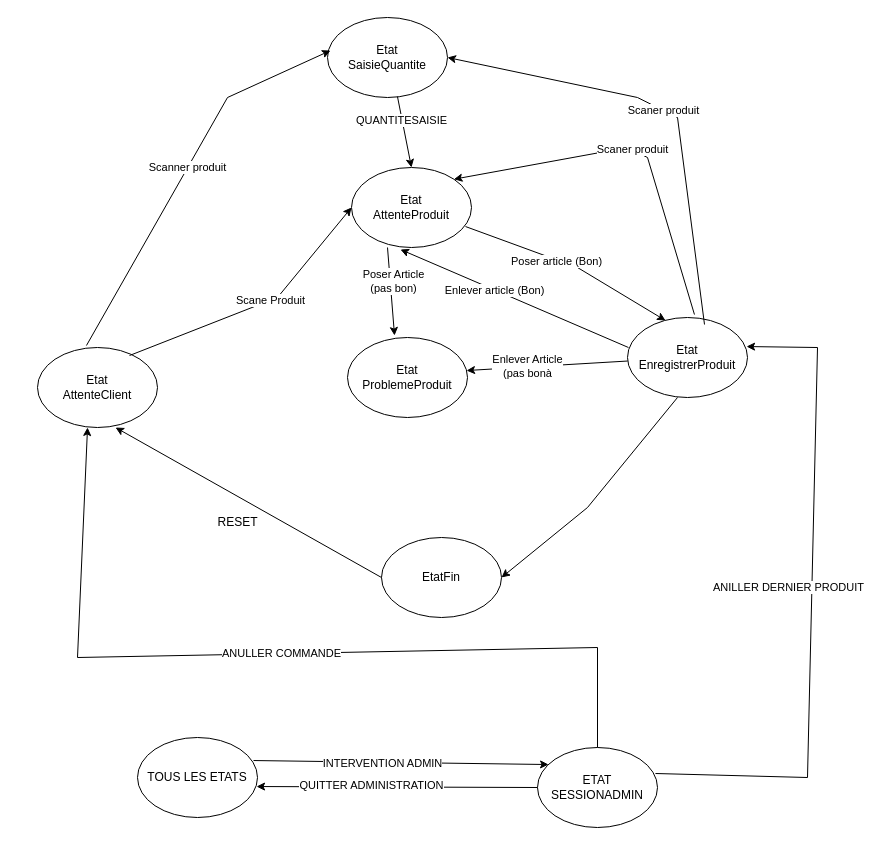
This is Diagramme sans nom.drawio from DamienChabret/Automate_CaisseAutomatique, a draw.io file, before an edit. Source tidied: cells renumbered, new cells numbered last; positions are measured from the earlier drawing's top-left corner, leaving out a move shared by most shapes. Both pictures are drawn from the tidied source at 100%, with x=0, y=0 at pixel (37, 17).
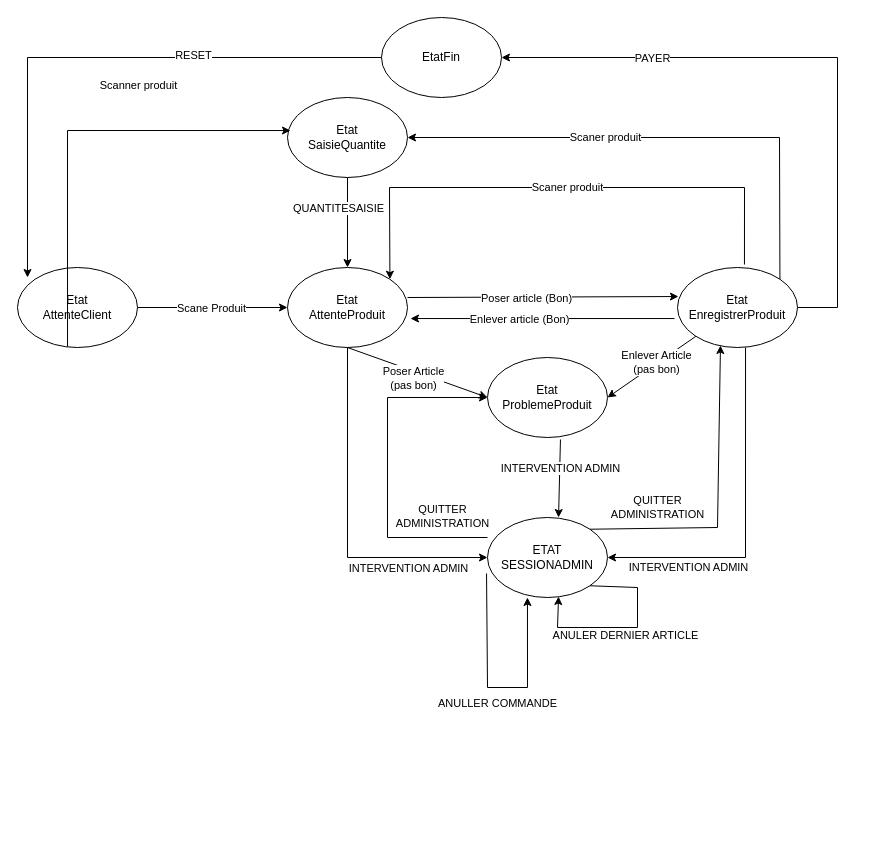
After the change.

Commit message:
Mettre à jour Diagramme sans nom.drawio

What changed in the source:
```diff
@@
     <mxCell id="2" value="Etat&lt;br&gt;AttenteClient" style="ellipse;whiteSpace=wrap;html=1;" parent="1" vertex="1">
-      <mxGeometry y="330" width="120" height="80" as="geometry" />
+      <mxGeometry x="-20" y="250" width="120" height="80" as="geometry" />
     </mxCell>
     <mxCell id="3" value="Etat&lt;br&gt;AttenteProduit" style="ellipse;whiteSpace=wrap;html=1;" parent="1" vertex="1">
-      <mxGeometry x="314" y="150" width="120" height="80" as="geometry" />
+      <mxGeometry x="250" y="250" width="120" height="80" as="geometry" />
     </mxCell>
     <mxCell id="4" value="Etat&lt;br&gt;EnregistrerProduit" style="ellipse;whiteSpace=wrap;html=1;" parent="1" vertex="1">
-      <mxGeometry x="590" y="300" width="120" height="80" as="geometry" />
+      <mxGeometry x="640" y="250" width="120" height="80" as="geometry" />
     </mxCell>
     <mxCell id="5" value="Etat&lt;br&gt;ProblemeProduit" style="ellipse;whiteSpace=wrap;html=1;" parent="1" vertex="1">
-      <mxGeometry x="310" y="320" width="120" height="80" as="geometry" />
+      <mxGeometry x="450" y="340" width="120" height="80" as="geometry" />
     </mxCell>
     <mxCell id="6" value="EtatFin" style="ellipse;whiteSpace=wrap;html=1;" parent="1" vertex="1">
-      <mxGeometry x="344" y="520" width="120" height="80" as="geometry" />
+      <mxGeometry x="344" width="120" height="80" as="geometry" />
     </mxCell>
-    <mxCell id="7" style="endArrow=classic;html=1;rounded=0;exitX=0.767;exitY=0.1;exitDx=0;exitDy=0;exitPerimeter=0;entryX=0;entryY=0.5;entryDx=0;entryDy=0;" parent="1" edge="1" source="2" target="3">
-      <mxGeometry relative="1" as="geometry">
-        <Array as="points">
-          <mxPoint x="240" y="280" />
-        </Array>
-      </mxGeometry>
+    <mxCell id="7" style="endArrow=classic;html=1;rounded=0;exitX=1;exitY=0.5;exitDx=0;exitDy=0;entryX=0;entryY=0.5;entryDx=0;entryDy=0;" parent="1" edge="1" source="2" target="3">
+      <mxGeometry relative="1" as="geometry" />
     </mxCell>
     <mxCell id="8" value="Scane Produit" style="edgeLabel;html=1;align=center;verticalAlign=middle;" parent="7" vertex="1">
-      <mxGeometry x="0.1" relative="1" as="geometry" />
+      <mxGeometry x="0.1" relative="1" as="geometry">
+        <mxPoint x="-10" as="offset" />
+      </mxGeometry>
     </mxCell>
     <mxCell id="9" value="Scaner produit&lt;br&gt;" style="endArrow=classic;html=1;rounded=0;entryX=1;entryY=0;entryDx=0;entryDy=0;exitX=0.558;exitY=-0.037;exitDx=0;exitDy=0;exitPerimeter=0;" parent="1" edge="1" source="4" target="3">
-      <mxGeometry relative="1" as="geometry">
+      <mxGeometry x="-0.03" relative="1" as="geometry">
         <Array as="points">
-          <mxPoint x="610" y="140" />
-          <mxPoint x="590" y="130" />
+          <mxPoint x="707" y="170" />
+          <mxPoint x="352" y="170" />
         </Array>
       </mxGeometry>
     </mxCell>
-    <mxCell id="10" style="endArrow=classic;html=1;rounded=0;exitX=1;exitY=0.5;exitDx=0;exitDy=0;entryX=1;entryY=0.5;entryDx=0;entryDy=0;" parent="1" edge="1" target="6">
+    <mxCell id="10" style="endArrow=classic;html=1;rounded=0;exitX=1;exitY=0.5;exitDx=0;exitDy=0;entryX=1;entryY=0.5;entryDx=0;entryDy=0;" parent="1" edge="1" source="4" target="6">
       <mxGeometry relative="1" as="geometry">
-        <mxPoint x="640" y="380" as="sourcePoint" />
         <Array as="points">
-          <mxPoint x="550" y="490" />
+          <mxPoint x="800" y="290" />
+          <mxPoint x="800" y="40" />
         </Array>
       </mxGeometry>
     </mxCell>
+    <mxCell id="37" value="PAYER" style="edgeLabel;html=1;align=center;verticalAlign=middle;" parent="10" vertex="1">
+      <mxGeometry x="0.22" y="1" relative="1" as="geometry">
+        <mxPoint x="-94" y="-1" as="offset" />
+      </mxGeometry>
+    </mxCell>
-    <mxCell id="11" style="endArrow=classic;html=1;rounded=0;entryX=0.408;entryY=1.025;entryDx=0;entryDy=0;entryPerimeter=0;exitX=0.008;exitY=0.375;exitDx=0;exitDy=0;exitPerimeter=0;" parent="1" edge="1" source="4" target="3">
+    <mxCell id="11" style="endArrow=classic;html=1;rounded=0;exitX=-0.025;exitY=0.638;exitDx=0;exitDy=0;exitPerimeter=0;entryX=1.025;entryY=0.638;entryDx=0;entryDy=0;entryPerimeter=0;" parent="1" edge="1" source="4" target="3">
       <mxGeometry relative="1" as="geometry" />
     </mxCell>
@@
-    <mxCell id="13" style="endArrow=classic;html=1;rounded=0;entryX=0.317;entryY=0.038;entryDx=0;entryDy=0;entryPerimeter=0;exitX=0.95;exitY=0.738;exitDx=0;exitDy=0;exitPerimeter=0;" parent="1" edge="1" source="3" target="4">
-      <mxGeometry relative="1" as="geometry">
-        <Array as="points">
-          <mxPoint x="540" y="250" />
-        </Array>
-      </mxGeometry>
+    <mxCell id="13" style="endArrow=classic;html=1;rounded=0;entryX=0.008;entryY=0.363;entryDx=0;entryDy=0;entryPerimeter=0;exitX=1;exitY=0.375;exitDx=0;exitDy=0;exitPerimeter=0;" parent="1" edge="1" source="3" target="4">
+      <mxGeometry relative="1" as="geometry" />
     </mxCell>
@@
-    <mxCell id="15" style="endArrow=classic;html=1;rounded=0;exitX=0.3;exitY=1;exitDx=0;exitDy=0;exitPerimeter=0;entryX=0.392;entryY=-0.025;entryDx=0;entryDy=0;entryPerimeter=0;" parent="1" edge="1" source="3" target="5">
+    <mxCell id="15" style="endArrow=classic;html=1;rounded=0;exitX=0.5;exitY=1;exitDx=0;exitDy=0;entryX=0;entryY=0.5;entryDx=0;entryDy=0;" parent="1" edge="1" source="3" target="5">
       <mxGeometry relative="1" as="geometry" />
     </mxCell>
     <mxCell id="16" value="Poser Article &lt;br&gt;(pas bon)" style="edgeLabel;html=1;align=center;verticalAlign=middle;" parent="15" vertex="1">
-      <mxGeometry x="-0.24" y="3" relative="1" as="geometry" />
+      <mxGeometry x="-0.24" y="3" relative="1" as="geometry">
+        <mxPoint x="12" y="14" as="offset" />
+      </mxGeometry>
     </mxCell>
-    <mxCell id="17" style="endArrow=classic;html=1;rounded=0;entryX=0.992;entryY=0.413;entryDx=0;entryDy=0;entryPerimeter=0;" parent="1" edge="1" source="4" target="5">
+    <mxCell id="17" style="endArrow=classic;html=1;rounded=0;entryX=1;entryY=0.5;entryDx=0;entryDy=0;" parent="1" edge="1" source="4" target="5">
       <mxGeometry relative="1" as="geometry" />
     </mxCell>
-    <mxCell id="18" value="Enlever Article&lt;br&gt;(pas bonà" style="edgeLabel;html=1;align=center;verticalAlign=middle;" parent="17" vertex="1">
+    <mxCell id="18" value="Enlever Article&lt;br&gt;(pas bon)" style="edgeLabel;html=1;align=center;verticalAlign=middle;" parent="17" vertex="1">
       <mxGeometry x="0.25" relative="1" as="geometry">
-        <mxPoint y="-1" as="offset" />
+        <mxPoint x="15" y="-12" as="offset" />
       </mxGeometry>
     </mxCell>
-    <mxCell id="19" style="endArrow=classic;html=1;rounded=0;entryX=0.65;entryY=1;entryDx=0;entryDy=0;entryPerimeter=0;exitX=0;exitY=0.5;exitDx=0;exitDy=0;" parent="1" edge="1" source="6" target="2">
-      <mxGeometry relative="1" as="geometry" />
+    <mxCell id="19" style="endArrow=classic;html=1;rounded=0;exitX=0;exitY=0.5;exitDx=0;exitDy=0;" parent="1" edge="1" source="6">
+      <mxGeometry relative="1" as="geometry">
+        <mxPoint x="-10" y="260" as="targetPoint" />
+        <Array as="points">
+          <mxPoint x="-10" y="40" />
+        </Array>
+      </mxGeometry>
     </mxCell>
-    <mxCell id="20" value="RESET" style="text;html=1;align=center;verticalAlign=middle;strokeColor=none;fillColor=none;" parent="1" vertex="1">
-      <mxGeometry x="170" y="490" width="60" height="30" as="geometry" />
+    <mxCell id="20" value="RESET" style="edgeLabel;html=1;align=center;verticalAlign=middle;" parent="19" vertex="1">
+      <mxGeometry x="-0.34" y="-3" relative="1" as="geometry" />
     </mxCell>
     <mxCell id="21" value="Etat&lt;br&gt;SaisieQuantite&lt;br&gt;" style="ellipse;whiteSpace=wrap;html=1;" parent="1" vertex="1">
-      <mxGeometry x="290" width="120" height="80" as="geometry" />
+      <mxGeometry x="250" y="80" width="120" height="80" as="geometry" />
     </mxCell>
-    <mxCell id="22" style="endArrow=classic;html=1;rounded=0;entryX=0.025;entryY=0.413;entryDx=0;entryDy=0;entryPerimeter=0;exitX=0.408;exitY=-0.025;exitDx=0;exitDy=0;exitPerimeter=0;" parent="1" edge="1" source="2" target="21">
+    <mxCell id="22" style="endArrow=classic;html=1;rounded=0;entryX=0.025;entryY=0.413;entryDx=0;entryDy=0;entryPerimeter=0;exitX=0.417;exitY=0.988;exitDx=0;exitDy=0;exitPerimeter=0;" parent="1" edge="1" source="2" target="21">
       <mxGeometry relative="1" as="geometry">
         <Array as="points">
-          <mxPoint x="190" y="80" />
+          <mxPoint x="30" y="113" />
         </Array>
       </mxGeometry>
     </mxCell>
     <mxCell id="23" value="Scanner produit&lt;br&gt;" style="edgeLabel;html=1;align=center;verticalAlign=middle;" parent="22" vertex="1">
-      <mxGeometry x="0.03" y="1" relative="1" as="geometry" />
+      <mxGeometry x="0.03" y="1" relative="1" as="geometry">
+        <mxPoint x="61" y="-45" as="offset" />
+      </mxGeometry>
     </mxCell>
-    <mxCell id="24" value="Scaner produit&lt;br&gt;" style="endArrow=classic;html=1;rounded=0;entryX=1;entryY=0.5;entryDx=0;entryDy=0;exitX=0.558;exitY=-0.037;exitDx=0;exitDy=0;exitPerimeter=0;" parent="1" edge="1" target="21">
-      <mxGeometry relative="1" as="geometry">
-        <mxPoint x="667" y="307" as="sourcePoint" />
+    <mxCell id="24" value="Scaner produit&lt;br&gt;" style="endArrow=classic;html=1;rounded=0;entryX=1;entryY=0.5;entryDx=0;entryDy=0;exitX=1;exitY=0;exitDx=0;exitDy=0;" parent="1" edge="1" source="4" target="21">
+      <mxGeometry x="0.23" relative="1" as="geometry">
         <Array as="points">
-          <mxPoint x="640" y="100" />
-          <mxPoint x="600" y="80" />
+          <mxPoint x="742" y="120" />
         </Array>
       </mxGeometry>
     </mxCell>
-    <mxCell id="25" style="endArrow=classic;html=1;rounded=0;exitX=0.583;exitY=0.988;exitDx=0;exitDy=0;exitPerimeter=0;entryX=0.5;entryY=0;entryDx=0;entryDy=0;" parent="1" edge="1" source="21" target="3">
+    <mxCell id="25" style="endArrow=classic;html=1;rounded=0;" parent="1" edge="1" source="21" target="3">
       <mxGeometry relative="1" as="geometry" />
     </mxCell>
     <mxCell id="26" value="QUANTITESAISIE&lt;br&gt;" style="edgeLabel;html=1;align=center;verticalAlign=middle;" parent="25" vertex="1">
-      <mxGeometry x="-0.34" y="-1" relative="1" as="geometry" />
+      <mxGeometry x="-0.34" y="-1" relative="1" as="geometry">
+        <mxPoint x="-9" as="offset" />
+      </mxGeometry>
     </mxCell>
-    <mxCell id="27" value="TOUS LES ETATS" style="ellipse;whiteSpace=wrap;html=1;" parent="1" vertex="1">
-      <mxGeometry x="100" y="720" width="120" height="80" as="geometry" />
-    </mxCell>
     <mxCell id="28" value="ETAT&lt;br&gt;SESSIONADMIN" style="ellipse;whiteSpace=wrap;html=1;" parent="1" vertex="1">
-      <mxGeometry x="500" y="730" width="120" height="80" as="geometry" />
+      <mxGeometry x="450" y="500" width="120" height="80" as="geometry" />
     </mxCell>
-    <mxCell id="29" style="endArrow=classic;html=1;rounded=0;exitX=0.967;exitY=0.288;exitDx=0;exitDy=0;exitPerimeter=0;entryX=0.092;entryY=0.213;entryDx=0;entryDy=0;entryPerimeter=0;" parent="1" edge="1" source="27" target="28">
-      <mxGeometry relative="1" as="geometry" />
+    <mxCell id="29" style="endArrow=classic;html=1;rounded=0;exitX=0.5;exitY=1;exitDx=0;exitDy=0;entryX=0;entryY=0.5;entryDx=0;entryDy=0;" parent="1" edge="1" source="3" target="28">
+      <mxGeometry relative="1" as="geometry">
+        <Array as="points">
+          <mxPoint x="310" y="540" />
+        </Array>
+      </mxGeometry>
     </mxCell>
     <mxCell id="30" value="INTERVENTION ADMIN" style="edgeLabel;html=1;align=center;verticalAlign=middle;" parent="29" vertex="1">
-      <mxGeometry x="-0.13" y="-1" relative="1" as="geometry" />
+      <mxGeometry x="-0.13" y="-1" relative="1" as="geometry">
+        <mxPoint x="61" y="68" as="offset" />
+      </mxGeometry>
     </mxCell>
-    <mxCell id="31" style="endArrow=classic;html=1;rounded=0;entryX=0.992;entryY=0.613;entryDx=0;entryDy=0;entryPerimeter=0;" parent="1" edge="1" source="28" target="27">
-      <mxGeometry relative="1" as="geometry" />
+    <mxCell id="31" style="endArrow=classic;html=1;rounded=0;" parent="1" edge="1" target="5">
+      <mxGeometry relative="1" as="geometry">
+        <mxPoint x="450" y="520" as="sourcePoint" />
+        <Array as="points">
+          <mxPoint x="350" y="520" />
+          <mxPoint x="350" y="380" />
+        </Array>
+      </mxGeometry>
     </mxCell>
-    <mxCell id="32" value="QUITTER ADMINISTRATION" style="edgeLabel;html=1;align=center;verticalAlign=middle;" parent="31" vertex="1">
-      <mxGeometry x="0.19" y="-2" relative="1" as="geometry" />
+    <mxCell id="32" value="QUITTER &lt;br&gt;ADMINISTRATION" style="edgeLabel;html=1;align=center;verticalAlign=middle;" parent="31" vertex="1">
+      <mxGeometry x="0.19" y="-2" relative="1" as="geometry">
+        <mxPoint x="52" y="80" as="offset" />
+      </mxGeometry>
     </mxCell>
-    <mxCell id="33" style="endArrow=classic;html=1;rounded=0;exitX=0.5;exitY=0;exitDx=0;exitDy=0;entryX=0.417;entryY=1;entryDx=0;entryDy=0;entryPerimeter=0;" parent="1" edge="1" source="28" target="2">
-      <mxGeometry relative="1" as="geometry">
-        <Array as="points">
-          <mxPoint x="560" y="630" />
-          <mxPoint x="40" y="640" />
-        </Array>
-      </mxGeometry>
-    </mxCell>
+    <mxCell id="38" style="endArrow=classic;html=1;rounded=0;entryX=0.592;entryY=0.988;entryDx=0;entryDy=0;entryPerimeter=0;exitX=1;exitY=1;exitDx=0;exitDy=0;" parent="1" edge="1" source="28" target="28">
+      <mxGeometry relative="1" as="geometry">
+        <Array as="points">
+          <mxPoint x="600" y="570" />
+          <mxPoint x="600" y="610" />
+          <mxPoint x="520" y="610" />
+        </Array>
+      </mxGeometry>
+    </mxCell>
+    <mxCell id="39" value="ANULER DERNIER ARTICLE" style="edgeLabel;html=1;align=center;verticalAlign=middle;" parent="38" vertex="1">
+      <mxGeometry x="0.14" y="3" relative="1" as="geometry">
+        <mxPoint x="13" y="4" as="offset" />
+      </mxGeometry>
+    </mxCell>
+    <mxCell id="40" style="endArrow=classic;html=1;rounded=0;exitX=-0.008;exitY=0.7;exitDx=0;exitDy=0;exitPerimeter=0;entryX=0.333;entryY=1;entryDx=0;entryDy=0;entryPerimeter=0;" parent="1" edge="1" source="28" target="28">
+      <mxGeometry relative="1" as="geometry">
+        <Array as="points">
+          <mxPoint x="450" y="670" />
+          <mxPoint x="490" y="670" />
+        </Array>
+      </mxGeometry>
+    </mxCell>
-    <mxCell id="34" value="ANULLER COMMANDE" style="edgeLabel;html=1;align=center;verticalAlign=middle;" parent="33" vertex="1">
-      <mxGeometry x="-0.02" y="-1" relative="1" as="geometry" />
+    <mxCell id="34" value="ANULLER COMMANDE&lt;br&gt;" style="edgeLabel;html=1;align=center;verticalAlign=middle;" parent="40" vertex="1">
+      <mxGeometry x="0.21" y="-1" relative="1" as="geometry">
+        <mxPoint x="-24" y="14" as="offset" />
+      </mxGeometry>
     </mxCell>
+    <mxCell id="41" style="endArrow=classic;html=1;rounded=0;exitX=0.567;exitY=1;exitDx=0;exitDy=0;exitPerimeter=0;entryX=1;entryY=0.5;entryDx=0;entryDy=0;" parent="1" edge="1" source="4" target="28">
+      <mxGeometry relative="1" as="geometry">
+        <Array as="points">
+          <mxPoint x="708" y="540" />
+        </Array>
+      </mxGeometry>
+    </mxCell>
+    <mxCell id="42" value="INTERVENTION ADMIN" style="edgeLabel;html=1;align=center;verticalAlign=middle;" parent="41" vertex="1">
+      <mxGeometry x="-0.13" y="-1" relative="1" as="geometry">
+        <mxPoint x="-57" y="69" as="offset" />
+      </mxGeometry>
+    </mxCell>
+    <mxCell id="43" style="endArrow=classic;html=1;rounded=0;exitX=0.608;exitY=1.025;exitDx=0;exitDy=0;entryX=0.592;entryY=0;entryDx=0;entryDy=0;exitPerimeter=0;entryPerimeter=0;" parent="1" edge="1" source="5" target="28">
+      <mxGeometry relative="1" as="geometry" />
+    </mxCell>
+    <mxCell id="44" value="INTERVENTION ADMIN" style="edgeLabel;html=1;align=center;verticalAlign=middle;" parent="43" vertex="1">
+      <mxGeometry x="-0.13" y="-1" relative="1" as="geometry">
+        <mxPoint x="1" y="-5" as="offset" />
+      </mxGeometry>
+    </mxCell>
-    <mxCell id="35" style="endArrow=classic;html=1;rounded=0;exitX=0.983;exitY=0.325;exitDx=0;exitDy=0;exitPerimeter=0;entryX=0.992;entryY=0.363;entryDx=0;entryDy=0;entryPerimeter=0;" parent="1" edge="1" source="28" target="4">
+    <mxCell id="35" style="endArrow=classic;html=1;rounded=0;exitX=1;exitY=0;exitDx=0;exitDy=0;entryX=0.358;entryY=0.975;entryDx=0;entryDy=0;entryPerimeter=0;" parent="1" edge="1" source="28" target="4">
       <mxGeometry relative="1" as="geometry">
         <Array as="points">
-          <mxPoint x="770" y="760" />
-          <mxPoint x="780" y="330" />
+          <mxPoint x="680" y="510" />
         </Array>
       </mxGeometry>
     </mxCell>
-    <mxCell id="36" value="ANILLER DERNIER PRODUIT&lt;br&gt;" style="edgeLabel;html=1;align=center;verticalAlign=middle;" parent="35" vertex="1">
-      <mxGeometry x="0.05" y="-3" relative="1" as="geometry">
-        <mxPoint x="-27" as="offset" />
-      </mxGeometry>
-    </mxCell>
+    <mxCell id="45" value="QUITTER &lt;br&gt;ADMINISTRATION" style="edgeLabel;html=1;align=center;verticalAlign=middle;" parent="35" vertex="1">
+      <mxGeometry x="0.19" y="-2" relative="1" as="geometry">
+        <mxPoint x="-63" y="36" as="offset" />
+      </mxGeometry>
+    </mxCell>
```
